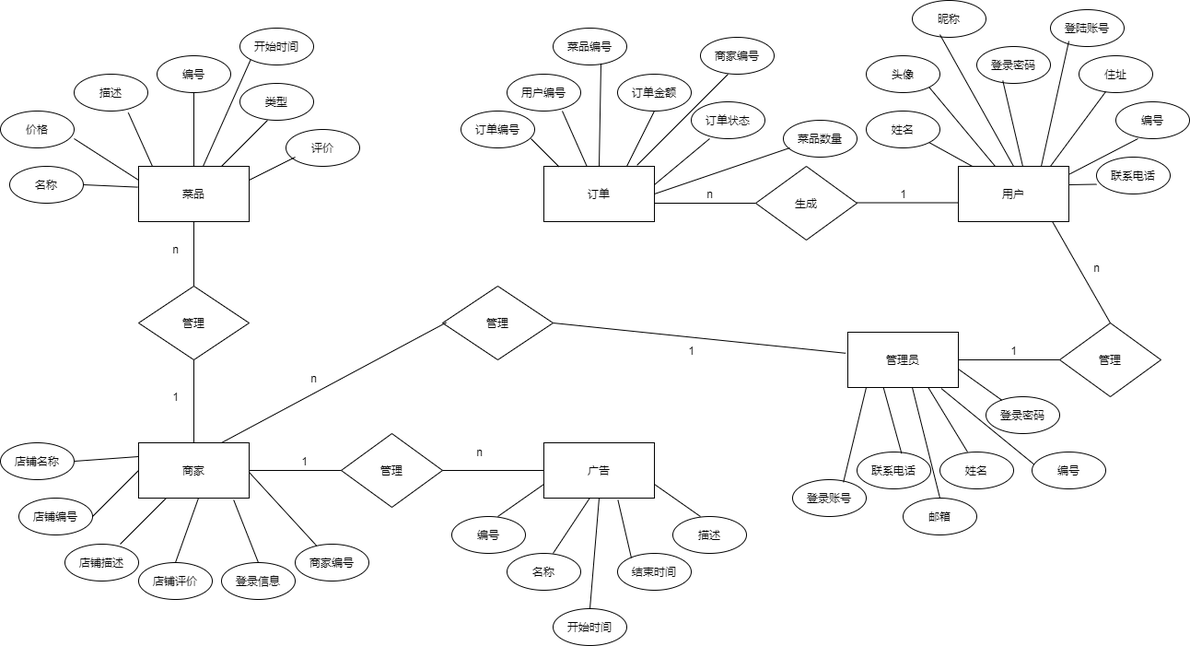
Before: 商家广告菜品1113.png, a diagram exported from draw.io (vae-debug/draw_pistures). Source tidied: cells renumbered, new cells last; positions are measured from the earlier drawing's top-left corner, leaving out a move shared by most shapes.
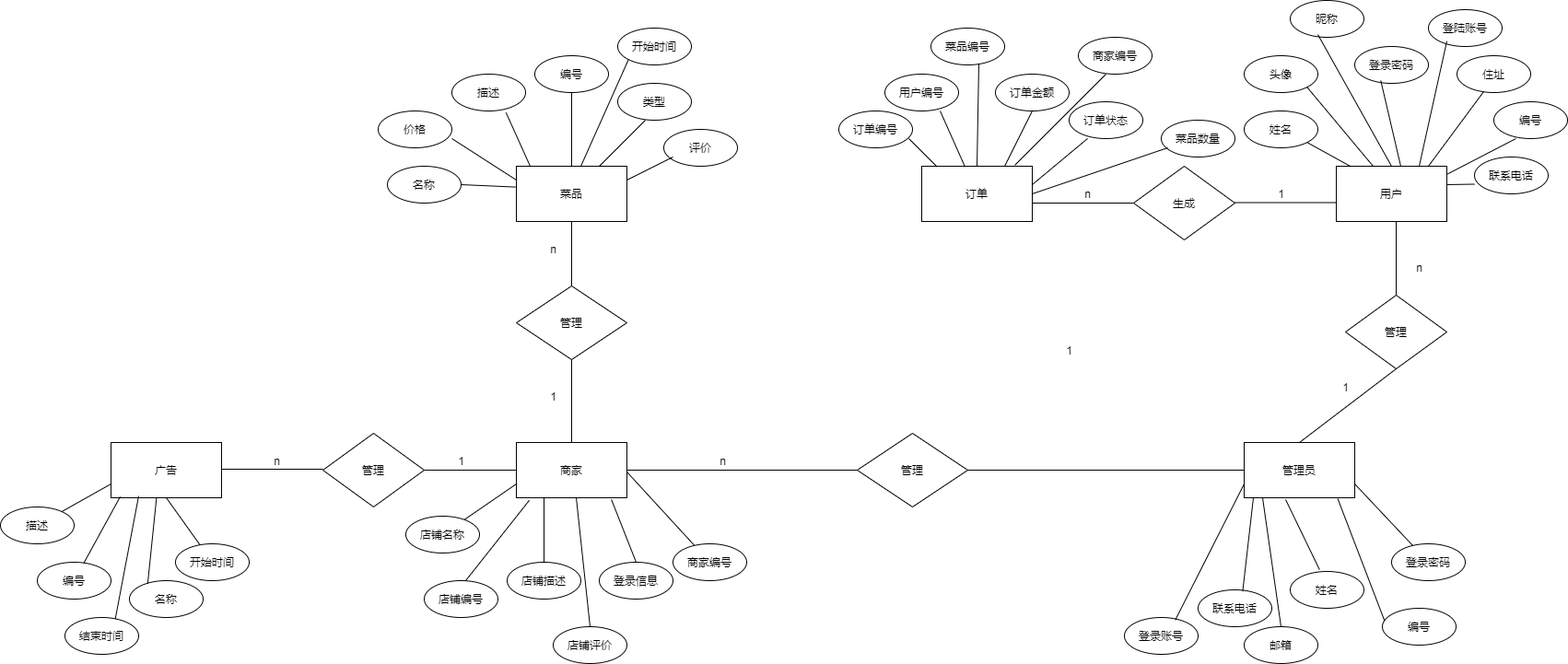
After the change.

Commit message:
Update 商家广告菜品用户订单管理员1113.png

Change to the diagram source:
```diff
@@ -6,23 +6,22 @@
       <mxGeometry x="150" y="480" width="120" height="60" as="geometry" />
     </mxCell>
     <mxCell id="3" value="店铺名称" style="ellipse;whiteSpace=wrap;html=1;" parent="1" vertex="1">
-      <mxGeometry y="480" width="80" height="40" as="geometry" />
+      <mxGeometry x="30" y="560" width="80" height="40" as="geometry" />
     </mxCell>
     <mxCell id="4" value="店铺编号" style="ellipse;whiteSpace=wrap;html=1;" parent="1" vertex="1">
-      <mxGeometry x="20" y="540" width="80" height="40" as="geometry" />
+      <mxGeometry x="50" y="630" width="80" height="40" as="geometry" />
     </mxCell>
     <mxCell id="5" value="店铺描述" style="ellipse;whiteSpace=wrap;html=1;" parent="1" vertex="1">
-      <mxGeometry x="70" y="590" width="80" height="40" as="geometry" />
+      <mxGeometry x="140" y="610" width="80" height="40" as="geometry" />
     </mxCell>
     <mxCell id="6" value="店铺评价" style="ellipse;whiteSpace=wrap;html=1;" parent="1" vertex="1">
-      <mxGeometry x="150" y="610" width="80" height="40" as="geometry" />
+      <mxGeometry x="190" y="680" width="80" height="40" as="geometry" />
     </mxCell>
     <mxCell id="7" value="登录信息" style="ellipse;whiteSpace=wrap;html=1;" parent="1" vertex="1">
       <mxGeometry x="240" y="610" width="80" height="40" as="geometry" />
     </mxCell>
-    <mxCell id="8" style="endArrow=none;html=1;rounded=0;" parent="1" edge="1">
+    <mxCell id="8" style="endArrow=none;html=1;rounded=0;exitX=0.5;exitY=0;exitDx=0;exitDy=0;" parent="1" edge="1" source="5">
       <mxGeometry relative="1" as="geometry">
-        <mxPoint x="130" y="590" as="sourcePoint" />
         <mxPoint x="180" y="540" as="targetPoint" />
       </mxGeometry>
     </mxCell>
@@ -34,16 +33,13 @@
     <mxCell id="10" style="endArrow=none;html=1;rounded=0;entryX=0.86;entryY=1.033;entryDx=0;entryDy=0;entryPerimeter=0;exitX=0.5;exitY=0;exitDx=0;exitDy=0;" parent="1" edge="1" source="7" target="2">
       <mxGeometry relative="1" as="geometry" />
     </mxCell>
-    <mxCell id="11" style="endArrow=none;html=1;rounded=0;" parent="1" edge="1">
+    <mxCell id="11" style="endArrow=none;html=1;rounded=0;entryX=0.117;entryY=1.047;entryDx=0;entryDy=0;entryPerimeter=0;" parent="1" edge="1" target="2">
       <mxGeometry relative="1" as="geometry">
-        <mxPoint x="100" y="560" as="sourcePoint" />
-        <mxPoint x="150" y="510" as="targetPoint" />
+        <mxPoint x="95" y="630" as="sourcePoint" />
       </mxGeometry>
     </mxCell>
-    <mxCell id="12" style="endArrow=none;html=1;rounded=0;entryX=0;entryY=0.25;entryDx=0;entryDy=0;" parent="1" edge="1" target="2">
-      <mxGeometry relative="1" as="geometry">
-        <mxPoint x="80" y="500" as="sourcePoint" />
-      </mxGeometry>
+    <mxCell id="12" style="endArrow=none;html=1;rounded=0;exitX=0;exitY=0.75;exitDx=0;exitDy=0;" parent="1" edge="1" source="2" target="3">
+      <mxGeometry relative="1" as="geometry" />
     </mxCell>
     <mxCell id="13" value="管理" style="rhombus;whiteSpace=wrap;html=1;" parent="1" vertex="1">
       <mxGeometry x="150" y="310" width="120" height="80" as="geometry" />
@@ -120,31 +116,28 @@
       </mxGeometry>
     </mxCell>
     <mxCell id="31" value="广告" style="rounded=0;whiteSpace=wrap;html=1;" parent="1" vertex="1">
-      <mxGeometry x="590" y="480" width="120" height="60" as="geometry" />
+      <mxGeometry x="-290" y="480" width="120" height="60" as="geometry" />
     </mxCell>
     <mxCell id="32" style="endArrow=none;html=1;rounded=0;" parent="1" edge="1">
       <mxGeometry relative="1" as="geometry">
-        <mxPoint x="270" y="510" as="sourcePoint" />
-        <mxPoint x="370" y="510" as="targetPoint" />
+        <mxPoint x="50" y="510" as="sourcePoint" />
+        <mxPoint x="150" y="510" as="targetPoint" />
       </mxGeometry>
     </mxCell>
-    <mxCell id="33" value="管理" style="rhombus;whiteSpace=wrap;html=1;" parent="1" vertex="1">
-      <mxGeometry x="370" y="470" width="110" height="80" as="geometry" />
-    </mxCell>
     <mxCell id="34" style="endArrow=none;html=1;rounded=0;" parent="1" edge="1">
       <mxGeometry relative="1" as="geometry">
-        <mxPoint x="480" y="510" as="sourcePoint" />
-        <mxPoint x="590" y="510" as="targetPoint" />
+        <mxPoint x="-170" y="509" as="sourcePoint" />
+        <mxPoint x="-60" y="509" as="targetPoint" />
       </mxGeometry>
     </mxCell>
     <mxCell id="35" value="编号" style="ellipse;whiteSpace=wrap;html=1;" parent="1" vertex="1">
-      <mxGeometry x="490" y="560" width="80" height="40" as="geometry" />
+      <mxGeometry x="-370" y="610" width="80" height="40" as="geometry" />
     </mxCell>
     <mxCell id="36" value="名称" style="ellipse;whiteSpace=wrap;html=1;" parent="1" vertex="1">
-      <mxGeometry x="550" y="600" width="80" height="40" as="geometry" />
+      <mxGeometry x="-270" y="630" width="80" height="40" as="geometry" />
     </mxCell>
     <mxCell id="37" value="描述" style="ellipse;whiteSpace=wrap;html=1;" parent="1" vertex="1">
-      <mxGeometry x="730" y="560" width="80" height="40" as="geometry" />
+      <mxGeometry x="-410" y="550" width="80" height="40" as="geometry" />
     </mxCell>
     <mxCell id="38" value="开始时间" style="ellipse;whiteSpace=wrap;html=1;" parent="1" vertex="1">
       <mxGeometry x="260" y="30" width="80" height="40" as="geometry" />
@@ -155,36 +148,17 @@
       </mxGeometry>
     </mxCell>
     <mxCell id="40" value="开始时间" style="ellipse;whiteSpace=wrap;html=1;" parent="1" vertex="1">
-      <mxGeometry x="600" y="660" width="80" height="40" as="geometry" />
+      <mxGeometry x="-220" y="590" width="80" height="40" as="geometry" />
     </mxCell>
     <mxCell id="41" value="结束时间" style="ellipse;whiteSpace=wrap;html=1;" parent="1" vertex="1">
-      <mxGeometry x="670" y="600" width="80" height="40" as="geometry" />
+      <mxGeometry x="-340" y="670" width="80" height="40" as="geometry" />
     </mxCell>
-    <mxCell id="42" style="endArrow=none;html=1;rounded=0;entryX=0;entryY=0.75;entryDx=0;entryDy=0;" parent="1" edge="1" target="31">
-      <mxGeometry relative="1" as="geometry">
-        <mxPoint x="540" y="560" as="sourcePoint" />
-      </mxGeometry>
+    <mxCell id="42" style="endArrow=none;html=1;rounded=0;entryX=0;entryY=0.75;entryDx=0;entryDy=0;" parent="1" edge="1" source="37" target="31">
+      <mxGeometry relative="1" as="geometry" />
     </mxCell>
-    <mxCell id="43" style="endArrow=none;html=1;rounded=0;entryX=0.417;entryY=0.993;entryDx=0;entryDy=0;entryPerimeter=0;" parent="1" edge="1" target="31">
-      <mxGeometry relative="1" as="geometry">
-        <mxPoint x="600" y="600" as="sourcePoint" />
-      </mxGeometry>
-    </mxCell>
-    <mxCell id="44" style="endArrow=none;html=1;rounded=0;entryX=0.5;entryY=1;entryDx=0;entryDy=0;" parent="1" edge="1" target="31">
-      <mxGeometry relative="1" as="geometry">
-        <mxPoint x="640" y="660" as="sourcePoint" />
-      </mxGeometry>
+    <mxCell id="44" style="endArrow=none;html=1;rounded=0;entryX=0.5;entryY=1;entryDx=0;entryDy=0;" parent="1" edge="1" source="40" target="31">
+      <mxGeometry relative="1" as="geometry" />
     </mxCell>
-    <mxCell id="45" style="endArrow=none;html=1;rounded=0;entryX=0.67;entryY=1.033;entryDx=0;entryDy=0;entryPerimeter=0;" parent="1" edge="1" target="31">
-      <mxGeometry relative="1" as="geometry">
-        <mxPoint x="685" y="605" as="sourcePoint" />
-      </mxGeometry>
-    </mxCell>
-    <mxCell id="46" style="endArrow=none;html=1;rounded=0;entryX=1;entryY=0.75;entryDx=0;entryDy=0;" parent="1" edge="1" target="31">
-      <mxGeometry relative="1" as="geometry">
-        <mxPoint x="760" y="560" as="sourcePoint" />
-      </mxGeometry>
-    </mxCell>
     <mxCell id="47" value="订单" style="rounded=0;whiteSpace=wrap;html=1;" parent="1" vertex="1">
       <mxGeometry x="590" y="180" width="120" height="60" as="geometry" />
     </mxCell>
@@ -328,97 +302,85 @@
       <mxGeometry x="970" y="200" width="20" height="20" as="geometry" />
     </mxCell>
     <mxCell id="84" value="管理员" style="rounded=0;whiteSpace=wrap;html=1;" parent="1" vertex="1">
-      <mxGeometry x="920" y="360" width="120" height="60" as="geometry" />
+      <mxGeometry x="940" y="480" width="120" height="60" as="geometry" />
     </mxCell>
     <mxCell id="85" value="管理" style="rhombus;whiteSpace=wrap;html=1;" parent="1" vertex="1">
-      <mxGeometry x="1150" y="350" width="110" height="80" as="geometry" />
+      <mxGeometry x="1050" y="320" width="110" height="80" as="geometry" />
     </mxCell>
-    <mxCell id="86" style="endArrow=none;html=1;rounded=0;" parent="1" edge="1">
-      <mxGeometry relative="1" as="geometry">
-        <mxPoint x="1040" y="390" as="sourcePoint" />
-        <mxPoint x="1150" y="390" as="targetPoint" />
-      </mxGeometry>
+    <mxCell id="86" style="endArrow=none;html=1;rounded=0;exitX=0.5;exitY=0;exitDx=0;exitDy=0;entryX=0.5;entryY=1;entryDx=0;entryDy=0;" parent="1" edge="1" source="84" target="85">
+      <mxGeometry relative="1" as="geometry" />
     </mxCell>
-    <mxCell id="87" style="endArrow=none;html=1;rounded=0;exitX=0.853;exitY=1.007;exitDx=0;exitDy=0;exitPerimeter=0;entryX=0.5;entryY=0;entryDx=0;entryDy=0;" parent="1" edge="1" source="62" target="85">
-      <mxGeometry relative="1" as="geometry" />
+    <mxCell id="87" style="endArrow=none;html=1;rounded=0;entryX=0.5;entryY=0;entryDx=0;entryDy=0;" parent="1" edge="1" target="85">
+      <mxGeometry relative="1" as="geometry">
+        <mxPoint x="1105" y="240" as="sourcePoint" />
+      </mxGeometry>
     </mxCell>
     <mxCell id="88" value="1" style="text;html=1;align=center;verticalAlign=middle;strokeColor=none;fillColor=none;" parent="1" vertex="1">
-      <mxGeometry x="1090" y="370" width="20" height="20" as="geometry" />
+      <mxGeometry x="1040" y="410" width="20" height="20" as="geometry" />
     </mxCell>
     <mxCell id="89" value="n" style="text;html=1;align=center;verticalAlign=middle;strokeColor=none;fillColor=none;" parent="1" vertex="1">
-      <mxGeometry x="1180" y="280" width="20" height="20" as="geometry" />
+      <mxGeometry x="1120" y="280" width="20" height="20" as="geometry" />
     </mxCell>
     <mxCell id="90" value="登录密码" style="ellipse;whiteSpace=wrap;html=1;" parent="1" vertex="1">
-      <mxGeometry x="1070" y="430" width="80" height="40" as="geometry" />
+      <mxGeometry x="1100" y="590" width="80" height="40" as="geometry" />
     </mxCell>
     <mxCell id="91" value="姓名" style="ellipse;whiteSpace=wrap;html=1;" parent="1" vertex="1">
-      <mxGeometry x="1020" y="490" width="80" height="40" as="geometry" />
+      <mxGeometry x="990" y="620" width="80" height="40" as="geometry" />
     </mxCell>
     <mxCell id="92" value="编号" style="ellipse;whiteSpace=wrap;html=1;" parent="1" vertex="1">
-      <mxGeometry x="1120" y="490" width="80" height="40" as="geometry" />
+      <mxGeometry x="1090" y="660" width="80" height="40" as="geometry" />
     </mxCell>
     <mxCell id="93" value="联系电话" style="ellipse;whiteSpace=wrap;html=1;" parent="1" vertex="1">
-      <mxGeometry x="930" y="490" width="80" height="40" as="geometry" />
+      <mxGeometry x="890" y="640" width="80" height="40" as="geometry" />
     </mxCell>
     <mxCell id="94" value="邮箱" style="ellipse;whiteSpace=wrap;html=1;" parent="1" vertex="1">
-      <mxGeometry x="980" y="540" width="80" height="40" as="geometry" />
+      <mxGeometry x="940" y="680" width="80" height="40" as="geometry" />
     </mxCell>
     <mxCell id="95" value="登录账号" style="ellipse;whiteSpace=wrap;html=1;" parent="1" vertex="1">
-      <mxGeometry x="860" y="520" width="80" height="40" as="geometry" />
+      <mxGeometry x="810" y="670" width="80" height="40" as="geometry" />
     </mxCell>
-    <mxCell id="96" style="endArrow=none;html=1;rounded=0;exitX=0.853;exitY=1.007;exitDx=0;exitDy=0;exitPerimeter=0;" parent="1" edge="1">
-      <mxGeometry relative="1" as="geometry">
-        <mxPoint x="1007.4" y="420" as="sourcePoint" />
-        <mxPoint x="1050" y="490" as="targetPoint" />
-      </mxGeometry>
+    <mxCell id="96" style="endArrow=none;html=1;rounded=0;exitX=0.375;exitY=1.033;exitDx=0;exitDy=0;exitPerimeter=0;entryX=0.397;entryY=-0.05;entryDx=0;entryDy=0;entryPerimeter=0;" parent="1" edge="1" source="84" target="91">
+      <mxGeometry relative="1" as="geometry" />
     </mxCell>
-    <mxCell id="97" style="endArrow=none;html=1;rounded=0;exitX=0.853;exitY=1.007;exitDx=0;exitDy=0;exitPerimeter=0;" parent="1" edge="1" target="90">
-      <mxGeometry relative="1" as="geometry">
-        <mxPoint x="1040" y="400" as="sourcePoint" />
-      </mxGeometry>
+    <mxCell id="97" style="endArrow=none;html=1;rounded=0;exitX=1;exitY=0.75;exitDx=0;exitDy=0;" parent="1" edge="1" source="84" target="90">
+      <mxGeometry relative="1" as="geometry" />
     </mxCell>
     <mxCell id="98" style="endArrow=none;html=1;rounded=0;exitX=0.847;exitY=1.02;exitDx=0;exitDy=0;exitPerimeter=0;entryX=0.03;entryY=0.34;entryDx=0;entryDy=0;entryPerimeter=0;" parent="1" edge="1" source="84" target="92">
       <mxGeometry relative="1" as="geometry" />
     </mxCell>
-    <mxCell id="99" style="endArrow=none;html=1;rounded=0;exitX=0.853;exitY=1.007;exitDx=0;exitDy=0;exitPerimeter=0;entryX=0.5;entryY=0;entryDx=0;entryDy=0;" parent="1" edge="1" target="94">
+    <mxCell id="99" style="endArrow=none;html=1;rounded=0;entryX=0.5;entryY=0;entryDx=0;entryDy=0;" parent="1" edge="1" target="94">
       <mxGeometry relative="1" as="geometry">
-        <mxPoint x="990" y="420" as="sourcePoint" />
+        <mxPoint x="960" y="540" as="sourcePoint" />
       </mxGeometry>
     </mxCell>
-    <mxCell id="100" style="endArrow=none;html=1;rounded=0;exitX=0.853;exitY=1.007;exitDx=0;exitDy=0;exitPerimeter=0;entryX=0.605;entryY=0.04;entryDx=0;entryDy=0;entryPerimeter=0;" parent="1" edge="1" target="93">
+    <mxCell id="100" style="endArrow=none;html=1;rounded=0;entryX=0.605;entryY=0.04;entryDx=0;entryDy=0;entryPerimeter=0;" parent="1" edge="1" target="93">
       <mxGeometry relative="1" as="geometry">
-        <mxPoint x="958.7" y="420" as="sourcePoint" />
+        <mxPoint x="950" y="540" as="sourcePoint" />
       </mxGeometry>
     </mxCell>
-    <mxCell id="101" style="endArrow=none;html=1;rounded=0;exitX=0.853;exitY=1.007;exitDx=0;exitDy=0;exitPerimeter=0;entryX=0.69;entryY=0.07;entryDx=0;entryDy=0;entryPerimeter=0;" parent="1" edge="1" target="95">
-      <mxGeometry relative="1" as="geometry">
-        <mxPoint x="940" y="420" as="sourcePoint" />
-      </mxGeometry>
+    <mxCell id="101" style="endArrow=none;html=1;rounded=0;exitX=0;exitY=0.75;exitDx=0;exitDy=0;entryX=0.69;entryY=0.07;entryDx=0;entryDy=0;entryPerimeter=0;" parent="1" edge="1" source="84" target="95">
+      <mxGeometry relative="1" as="geometry" />
     </mxCell>
     <mxCell id="102" value="管理" style="rhombus;whiteSpace=wrap;html=1;" parent="1" vertex="1">
-      <mxGeometry x="480" y="310" width="120" height="80" as="geometry" />
+      <mxGeometry x="520" y="470" width="120" height="80" as="geometry" />
     </mxCell>
-    <mxCell id="103" style="endArrow=none;html=1;rounded=0;exitX=0.75;exitY=0;exitDx=0;exitDy=0;" parent="1" edge="1" source="2">
-      <mxGeometry relative="1" as="geometry">
-        <mxPoint x="484" y="349.5" as="targetPoint" />
-      </mxGeometry>
+    <mxCell id="103" style="endArrow=none;html=1;rounded=0;exitX=1;exitY=0.5;exitDx=0;exitDy=0;entryX=0;entryY=0.5;entryDx=0;entryDy=0;" parent="1" edge="1" source="2" target="102">
+      <mxGeometry relative="1" as="geometry" />
     </mxCell>
     <mxCell id="104" value="n" style="text;html=1;align=center;verticalAlign=middle;strokeColor=none;fillColor=none;" parent="1" vertex="1">
-      <mxGeometry x="330" y="400" width="20" height="20" as="geometry" />
+      <mxGeometry x="364" y="490" width="20" height="20" as="geometry" />
     </mxCell>
-    <mxCell id="105" style="endArrow=none;html=1;rounded=0;entryX=-0.02;entryY=0.38;entryDx=0;entryDy=0;entryPerimeter=0;" parent="1" edge="1" target="84">
-      <mxGeometry relative="1" as="geometry">
-        <mxPoint x="600" y="350" as="sourcePoint" />
-      </mxGeometry>
+    <mxCell id="105" style="endArrow=none;html=1;rounded=0;entryX=0;entryY=0.5;entryDx=0;entryDy=0;exitX=1;exitY=0.5;exitDx=0;exitDy=0;" parent="1" edge="1" source="102" target="84">
+      <mxGeometry relative="1" as="geometry" />
     </mxCell>
     <mxCell id="106" value="1" style="text;html=1;align=center;verticalAlign=middle;strokeColor=none;fillColor=none;" parent="1" vertex="1">
       <mxGeometry x="740" y="370" width="20" height="20" as="geometry" />
     </mxCell>
     <mxCell id="107" value="1" style="text;html=1;align=center;verticalAlign=middle;strokeColor=none;fillColor=none;" parent="1" vertex="1">
-      <mxGeometry x="320" y="490" width="20" height="20" as="geometry" />
+      <mxGeometry x="80" y="490" width="20" height="20" as="geometry" />
     </mxCell>
     <mxCell id="108" value="n" style="text;html=1;align=center;verticalAlign=middle;strokeColor=none;fillColor=none;" parent="1" vertex="1">
-      <mxGeometry x="510" y="480" width="20" height="20" as="geometry" />
+      <mxGeometry x="-120" y="490" width="20" height="20" as="geometry" />
     </mxCell>
     <mxCell id="109" value="1" style="text;html=1;align=center;verticalAlign=middle;strokeColor=none;fillColor=none;" parent="1" vertex="1">
       <mxGeometry x="180" y="420" width="20" height="20" as="geometry" />
@@ -426,5 +388,23 @@
     <mxCell id="110" value="n" style="text;html=1;align=center;verticalAlign=middle;strokeColor=none;fillColor=none;" parent="1" vertex="1">
       <mxGeometry x="180" y="260" width="20" height="20" as="geometry" />
     </mxCell>
+    <mxCell id="33" value="管理" style="rhombus;whiteSpace=wrap;html=1;" parent="1" vertex="1">
+      <mxGeometry x="-60" y="470" width="110" height="80" as="geometry" />
+    </mxCell>
+    <mxCell id="111" style="endArrow=none;html=1;rounded=0;entryX=0.5;entryY=1;entryDx=0;entryDy=0;" parent="1" edge="1" source="35">
+      <mxGeometry relative="1" as="geometry">
+        <mxPoint x="-280" y="538.8" as="targetPoint" />
+      </mxGeometry>
+    </mxCell>
+    <mxCell id="112" style="endArrow=none;html=1;rounded=0;entryX=0.5;entryY=1;entryDx=0;entryDy=0;exitX=0.683;exitY=0.04;exitDx=0;exitDy=0;exitPerimeter=0;" parent="1" edge="1" source="41">
+      <mxGeometry relative="1" as="geometry">
+        <mxPoint x="-260" y="538.1" as="targetPoint" />
+      </mxGeometry>
+    </mxCell>
+    <mxCell id="113" style="endArrow=none;html=1;rounded=0;entryX=0.5;entryY=1;entryDx=0;entryDy=0;exitX=0.248;exitY=0.08;exitDx=0;exitDy=0;exitPerimeter=0;" parent="1" edge="1" source="36">
+      <mxGeometry relative="1" as="geometry">
+        <mxPoint x="-240.6" y="540" as="targetPoint" />
+      </mxGeometry>
+    </mxCell>
   </root>
 </mxGraphModel>
```
